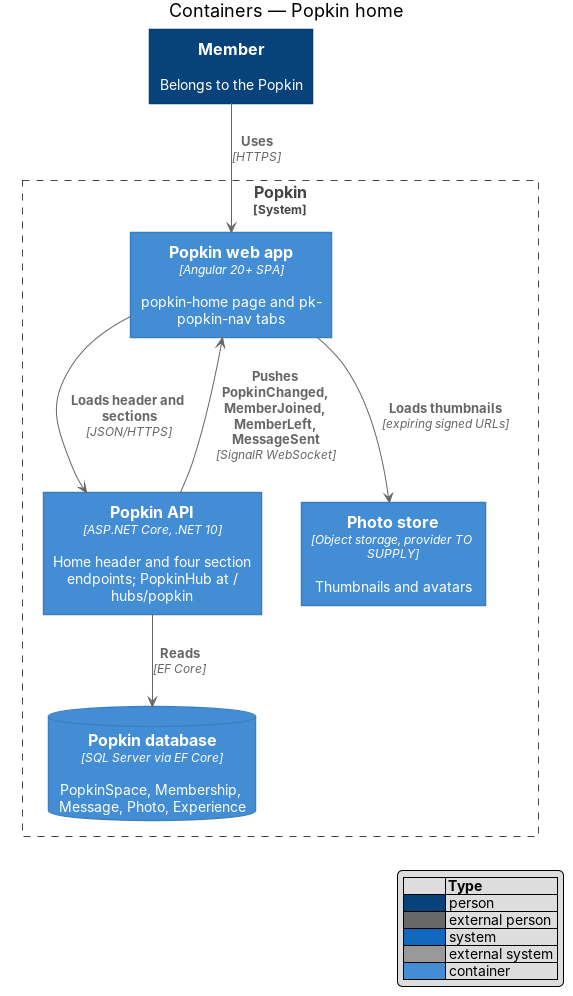
Earlier version of the PlantUML export docs/detailed-designs/popkins/popkin-home/diagrams/c4-container.png (QuinntyneBrown/popkin). Its source is kept beside it as docs/detailed-designs/popkins/popkin-home/diagrams/c4-container.puml.
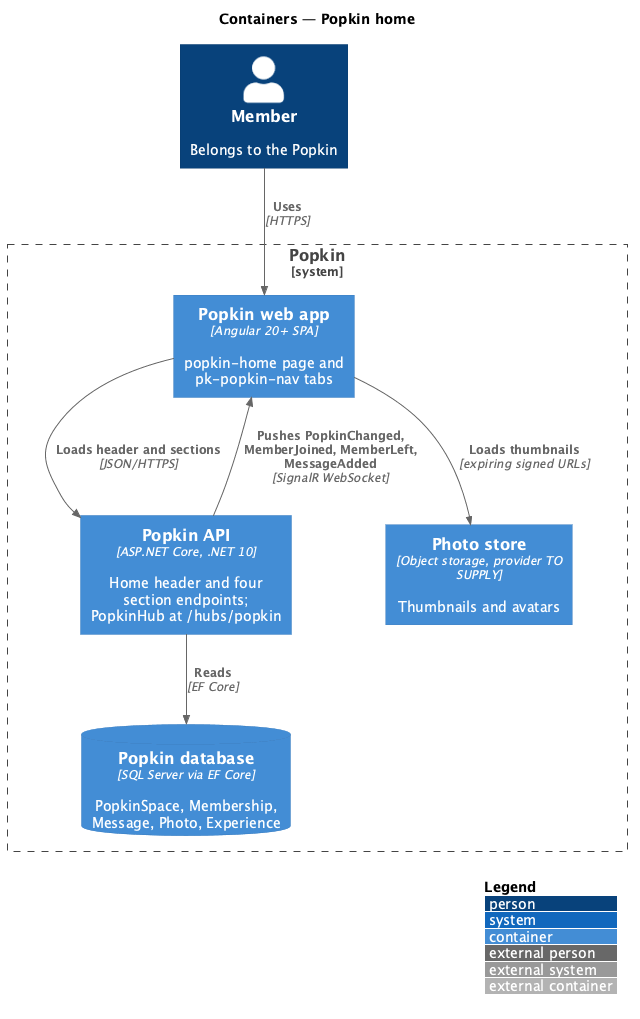
After the change.

What changed in the source:
```diff
@@ -12,7 +12,7 @@
 }
 Rel(member, spa, "Uses", "HTTPS")
 Rel(spa, api, "Loads header and sections", "JSON/HTTPS")
-Rel(api, spa, "Pushes PopkinChanged, MemberJoined, MemberLeft, MessageSent", "SignalR WebSocket")
+Rel(api, spa, "Pushes PopkinChanged, MemberJoined, MemberLeft, MessageAdded", "SignalR WebSocket")
 Rel(api, db, "Reads", "EF Core")
 Rel(spa, store, "Loads thumbnails", "expiring signed URLs")
 @enduml
```
